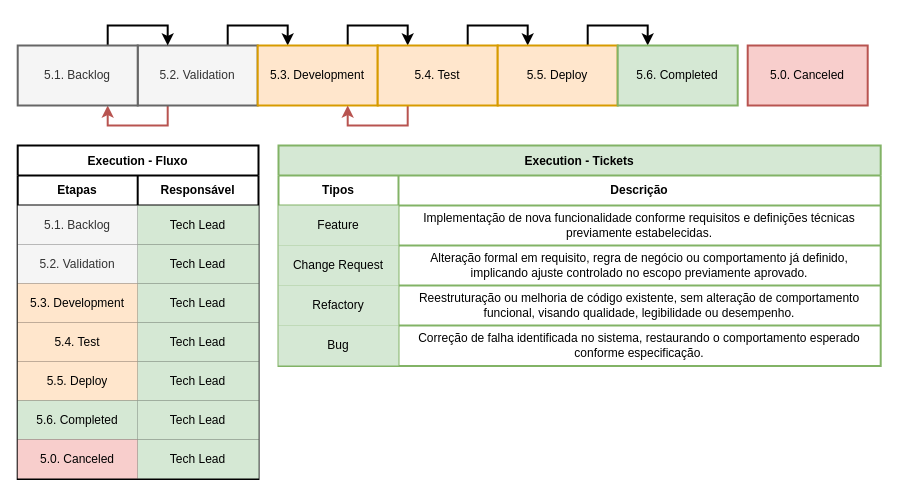
DimasPicinato/Metodologia-PI keeps this draw.io diagram as page "Fluxo - Execution" (7 of 8) of modelagem de processos.drawio. Above is the earlier version. Source tidied: cells renumbered, new cells numbered last; positions are measured from the earlier drawing's top-left corner, leaving out a move shared by most shapes. Both pictures are drawn from the tidied source at 100%, with x=0, y=0 at pixel (17, 45).
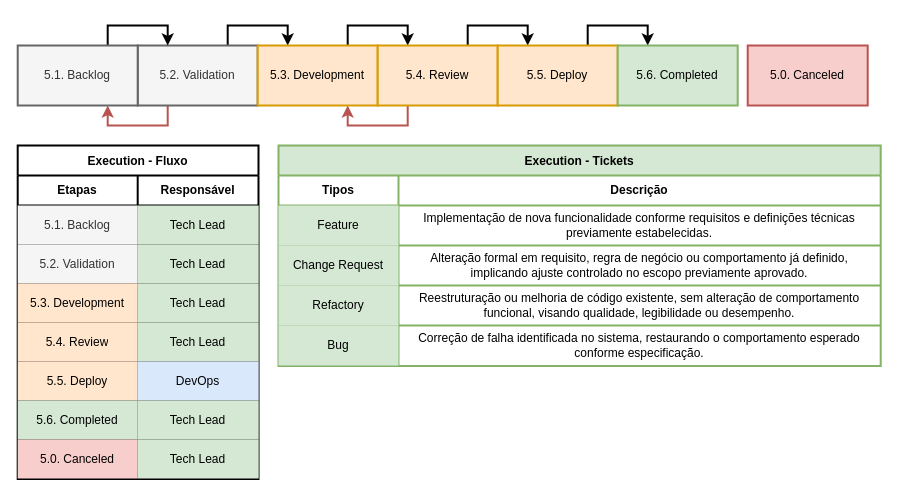
The same diagram, later.

Unchanged cells that the change refers to:
```xml
<mxCell id="31" style="shape=tableRow;horizontal=0;startSize=0;swimlaneHead=0;swimlaneBody=0;strokeColor=inherit;top=0;left=0;bottom=0;right=0;fillColor=none;" parent="18" vertex="1">
  <mxGeometry y="177" width="240.8" height="39" as="geometry" />
</mxCell>
<mxCell id="34" style="shape=tableRow;horizontal=0;startSize=0;swimlaneHead=0;swimlaneBody=0;strokeColor=inherit;top=0;left=0;bottom=0;right=0;fillColor=none;" parent="18" vertex="1">
  <mxGeometry y="216" width="240.8" height="39" as="geometry" />
</mxCell>
```

What changed in the source:
```diff
@@
-    <mxCell id="32" value="5.4. Test" style="shape=partialRectangle;html=1;whiteSpace=wrap;strokeColor=#d79b00;overflow=hidden;fillColor=#ffe6cc;top=0;left=0;bottom=0;right=0;" parent="31" vertex="1">
+    <mxCell id="32" value="5.4. Review" style="shape=partialRectangle;html=1;whiteSpace=wrap;strokeColor=#d79b00;overflow=hidden;fillColor=#ffe6cc;top=0;left=0;bottom=0;right=0;" parent="31" vertex="1">
       <mxGeometry width="120" height="39" as="geometry" />
     </mxCell>
@@
-    <mxCell id="36" value="Tech Lead" style="shape=partialRectangle;html=1;whiteSpace=wrap;strokeColor=#82b366;overflow=hidden;fillColor=#d5e8d4;top=0;left=0;bottom=0;right=0;gradientDirection=east;" parent="34" vertex="1">
+    <mxCell id="36" value="DevOps" style="shape=partialRectangle;html=1;whiteSpace=wrap;strokeColor=#6c8ebf;overflow=hidden;fillColor=#dae8fc;top=0;left=0;bottom=0;right=0;gradientDirection=east;" parent="34" vertex="1">
       <mxGeometry x="120" width="121" height="39" as="geometry" />
     </mxCell>
@@
-    <mxCell id="50" value="5.4. Test" style="rounded=0;whiteSpace=wrap;html=1;fillColor=#ffe6cc;strokeColor=#d79b00;strokeWidth=2;" parent="1" vertex="1">
+    <mxCell id="50" value="5.4. Review" style="rounded=0;whiteSpace=wrap;html=1;fillColor=#ffe6cc;strokeColor=#d79b00;strokeWidth=2;" parent="1" vertex="1">
       <mxGeometry x="360.2" width="120" height="60" as="geometry" />
     </mxCell>
```
